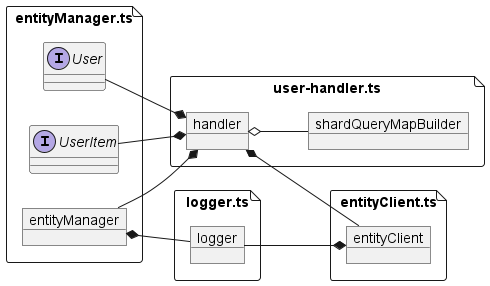
Above: assets/handler.png in karmaniverous/entity-manager-demo (PlantUML), before the change.
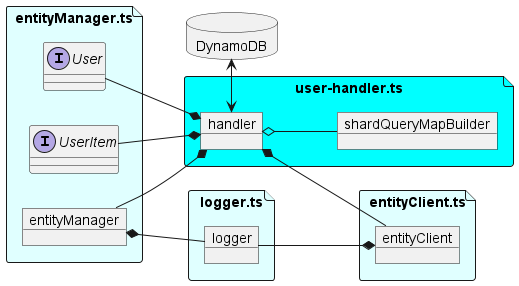
Above is the later version.

The edit, as a diff of the source:
```diff
@@ -4,25 +4,28 @@
 
 left to right direction
 
-file "logger.ts" as loggerTs {
+database DynamoDB
+
+file "logger.ts" as loggerTs #LightCyan {
     object logger
 }
 
-file "entityManager.ts" as entityManagerTs {
+file "entityManager.ts" as entityManagerTs #LightCyan {
     interface User
     interface UserItem
     object entityManager
 }
 
-file "entityClient.ts" as entitClientTs {
+file "entityClient.ts" as entitClientTs #LightCyan {
     object entityClient
 
     logger --* entityClient
 }
 
-file "user-handler.ts" as searchTs {
+file "user-handler.ts" as searchTs #Cyan {
     object handler
 
+    handler <-> DynamoDB
     User --* handler
     UserItem --* handler
     entityManager --* handler
```
